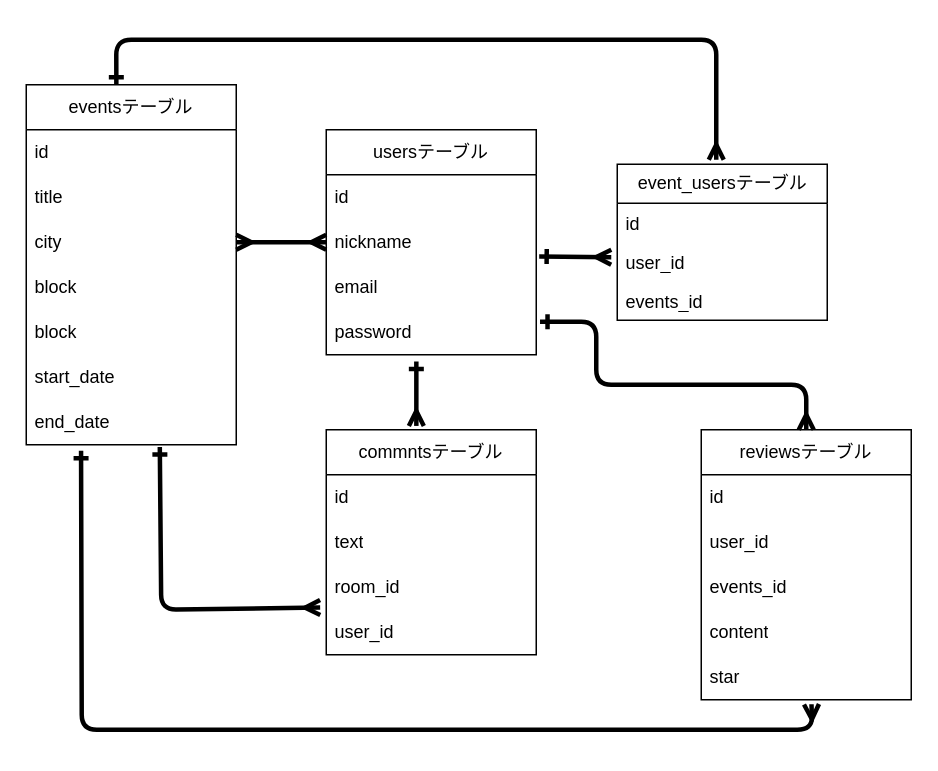
Earlier version of the draw.io diagram .dio (katsu-3a/Evechat). Source tidied: cells renumbered, new cells numbered last; positions are measured from the earlier drawing's top-left corner, leaving out a move shared by most shapes. Both pictures are drawn from the tidied source at 150%, with x=0, y=0 at pixel (26, 39).
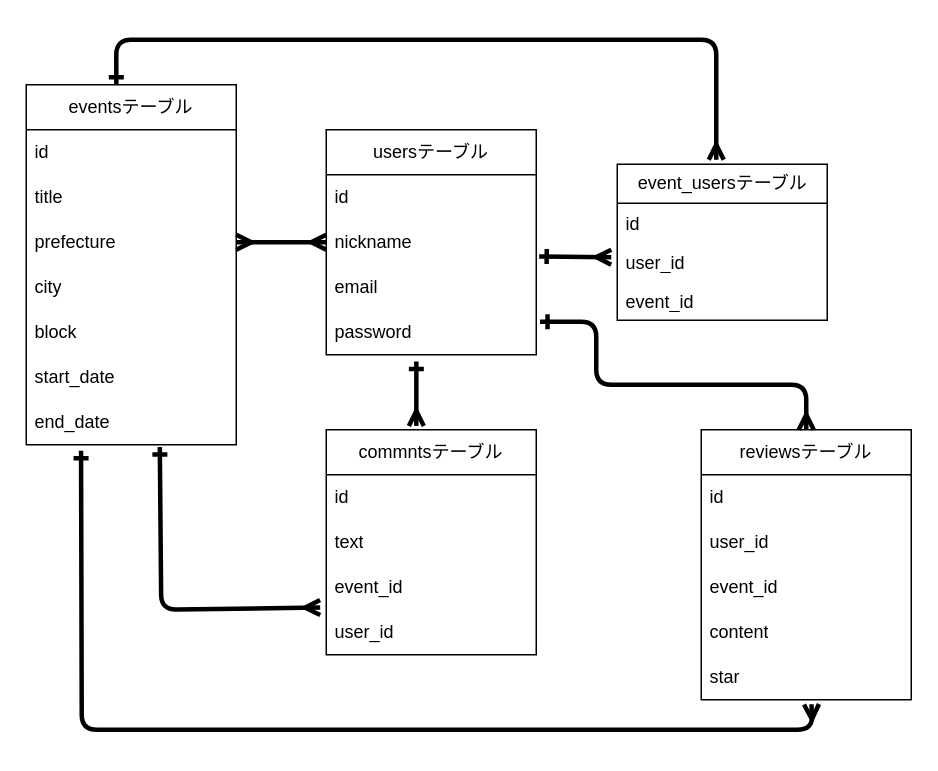
The same page after the edit.

The change refers to these unchanged cells:
```xml
<mxCell id="7" value="eventsテーブル" style="swimlane;fontStyle=0;horizontal=1;startSize=30;whiteSpace=wrap;html=1;" parent="1" vertex="1">
  <mxGeometry y="30" width="140" height="240" as="geometry" />
</mxCell>
<mxCell id="15" value="commntsテーブル" style="swimlane;fontStyle=0;horizontal=1;startSize=30;whiteSpace=wrap;html=1;" parent="1" vertex="1">
  <mxGeometry x="200" y="260" width="140" height="150" as="geometry" />
</mxCell>
<mxCell id="20" value="event_usersテーブル" style="swimlane;fontStyle=0;horizontal=1;startSize=26;fillColor=none;html=1;" parent="1" vertex="1">
  <mxGeometry x="394" y="83" width="140" height="104" as="geometry" />
</mxCell>
<mxCell id="29" value="reviewsテーブル" style="swimlane;fontStyle=0;horizontal=1;startSize=30;whiteSpace=wrap;html=1;" parent="1" vertex="1">
  <mxGeometry x="450" y="260" width="140" height="180" as="geometry" />
</mxCell>
```

Diff of the diagram source:
```diff
@@
-    <mxCell id="10" value="city" style="text;strokeColor=none;fillColor=none;align=left;verticalAlign=middle;spacingLeft=4;spacingRight=4;overflow=hidden;points=[[0,0.5],[1,0.5]];portConstraint=eastwest;whiteSpace=wrap;html=1;" parent="7" vertex="1">
+    <mxCell id="10" value="prefecture" style="text;strokeColor=none;fillColor=none;align=left;verticalAlign=middle;spacingLeft=4;spacingRight=4;overflow=hidden;points=[[0,0.5],[1,0.5]];portConstraint=eastwest;whiteSpace=wrap;html=1;" parent="7" vertex="1">
       <mxGeometry y="90" width="140" height="30" as="geometry" />
     </mxCell>
-    <mxCell id="11" value="block" style="text;strokeColor=none;fillColor=none;align=left;verticalAlign=middle;spacingLeft=4;spacingRight=4;overflow=hidden;whiteSpace=wrap;html=1;" parent="7" vertex="1">
+    <mxCell id="11" value="city" style="text;strokeColor=none;fillColor=none;align=left;verticalAlign=middle;spacingLeft=4;spacingRight=4;overflow=hidden;whiteSpace=wrap;html=1;" parent="7" vertex="1">
       <mxGeometry y="120" width="140" height="30" as="geometry" />
     </mxCell>
@@
-    <mxCell id="18" value="room_id" style="text;strokeColor=none;fillColor=none;align=left;verticalAlign=middle;spacingLeft=4;spacingRight=4;overflow=hidden;points=[[0,0.5],[1,0.5]];portConstraint=eastwest;whiteSpace=wrap;html=1;" parent="15" vertex="1">
+    <mxCell id="18" value="event_id" style="text;strokeColor=none;fillColor=none;align=left;verticalAlign=middle;spacingLeft=4;spacingRight=4;overflow=hidden;points=[[0,0.5],[1,0.5]];portConstraint=eastwest;whiteSpace=wrap;html=1;" parent="15" vertex="1">
       <mxGeometry y="90" width="140" height="30" as="geometry" />
     </mxCell>
@@
-    <mxCell id="23" value="events_id" style="text;strokeColor=none;fillColor=none;align=left;verticalAlign=top;spacingLeft=4;spacingRight=4;overflow=hidden;whiteSpace=wrap;html=1;" parent="20" vertex="1">
+    <mxCell id="23" value="event_id" style="text;strokeColor=none;fillColor=none;align=left;verticalAlign=top;spacingLeft=4;spacingRight=4;overflow=hidden;whiteSpace=wrap;html=1;" parent="20" vertex="1">
       <mxGeometry y="78" width="140" height="26" as="geometry" />
     </mxCell>
@@
-    <mxCell id="32" value="events_id" style="text;strokeColor=none;fillColor=none;align=left;verticalAlign=middle;spacingLeft=4;spacingRight=4;overflow=hidden;whiteSpace=wrap;html=1;" parent="29" vertex="1">
+    <mxCell id="32" value="event_id" style="text;strokeColor=none;fillColor=none;align=left;verticalAlign=middle;spacingLeft=4;spacingRight=4;overflow=hidden;whiteSpace=wrap;html=1;" parent="29" vertex="1">
       <mxGeometry y="90" width="140" height="30" as="geometry" />
     </mxCell>
```
